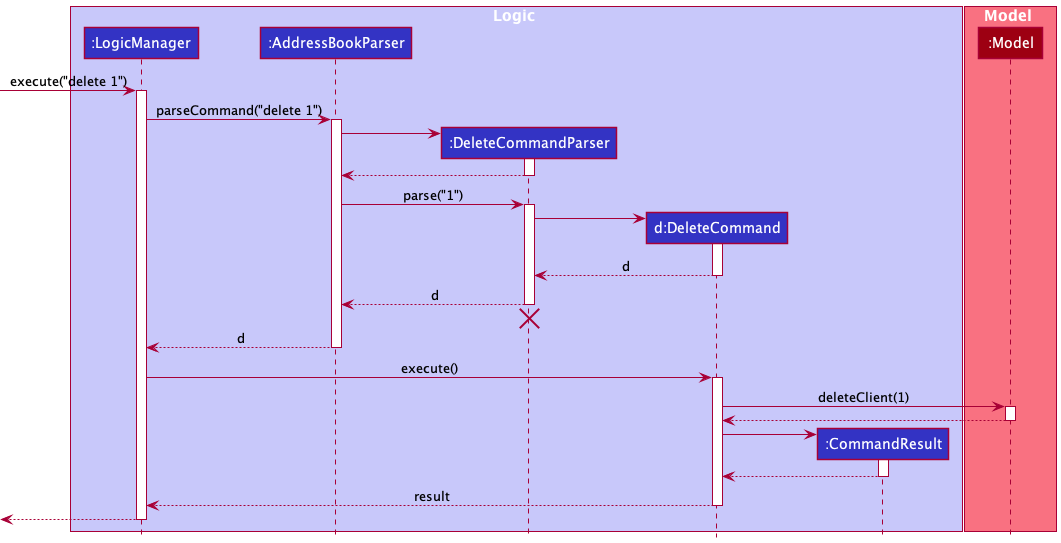
The PlantUML diagram docs/images/DeleteSequenceDiagram.png in nus-cs2103-AY2122S1/ip, before a commit. Its diagram source:
```plantuml
@startuml
!include style.puml

box Logic LOGIC_COLOR_T1
participant ":LogicManager" as LogicManager LOGIC_COLOR
participant ":AddressBookParser" as AddressBookParser LOGIC_COLOR
participant ":DeleteCommandParser" as DeleteCommandParser LOGIC_COLOR
participant "d:DeleteCommand" as DeleteCommand LOGIC_COLOR
participant ":CommandResult" as CommandResult LOGIC_COLOR
end box

box Model MODEL_COLOR_T1
participant ":Model" as Model MODEL_COLOR
end box

[-> LogicManager : execute("delete 1")
activate LogicManager

LogicManager -> AddressBookParser : parseCommand("delete 1")
activate AddressBookParser

create DeleteCommandParser
AddressBookParser -> DeleteCommandParser
activate DeleteCommandParser

DeleteCommandParser --> AddressBookParser
deactivate DeleteCommandParser

AddressBookParser -> DeleteCommandParser : parse("1")
activate DeleteCommandParser

create DeleteCommand
DeleteCommandParser -> DeleteCommand
activate DeleteCommand

DeleteCommand --> DeleteCommandParser : d
deactivate DeleteCommand

DeleteCommandParser --> AddressBookParser : d
deactivate DeleteCommandParser
DeleteCommandParser -[hidden]-> AddressBookParser
destroy DeleteCommandParser

AddressBookParser --> LogicManager : d
deactivate AddressBookParser

LogicManager -> DeleteCommand : execute()
activate DeleteCommand

DeleteCommand -> Model : deleteClient(1)
activate Model

Model --> DeleteCommand
deactivate Model

create CommandResult
DeleteCommand -> CommandResult
activate CommandResult

CommandResult --> DeleteCommand
deactivate CommandResult

DeleteCommand --> LogicManager : result
deactivate DeleteCommand

[<--LogicManager
deactivate LogicManager
@enduml
```
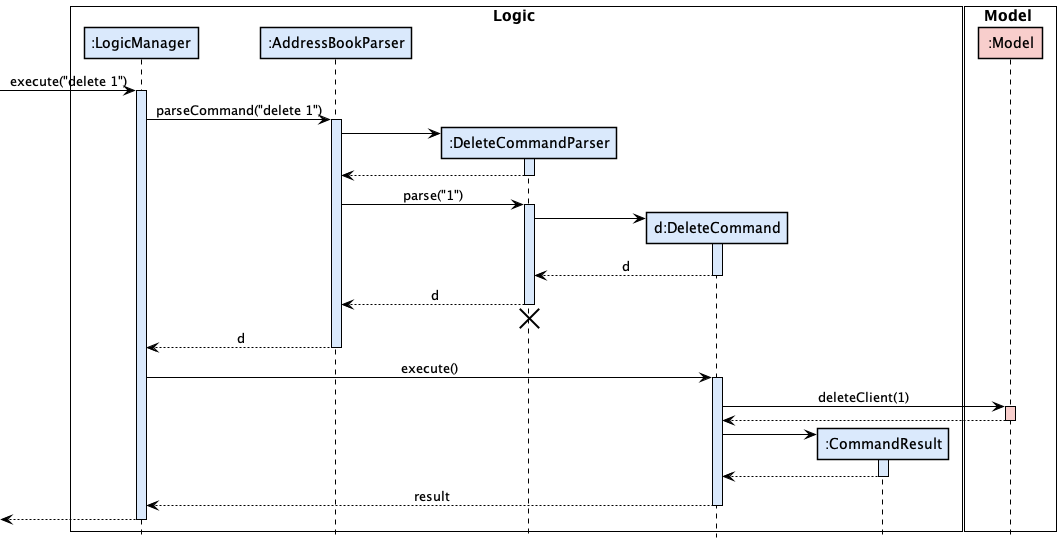
The same file after the commit.

The edit, as a diff of the source:
```diff
@@ -1,7 +1,6 @@
 @startuml
 !include style.puml
-
-box Logic LOGIC_COLOR_T1
+box Logic #FFFFFF
 participant ":LogicManager" as LogicManager LOGIC_COLOR
 participant ":AddressBookParser" as AddressBookParser LOGIC_COLOR
 participant ":DeleteCommandParser" as DeleteCommandParser LOGIC_COLOR
@@ -9,60 +8,62 @@
 participant ":CommandResult" as CommandResult LOGIC_COLOR
 end box
 
-box Model MODEL_COLOR_T1
+skinparam sequenceBoxBorderColor #black
+
+box Model #FFFFFF
 participant ":Model" as Model MODEL_COLOR
 end box
 
 [-> LogicManager : execute("delete 1")
-activate LogicManager
+activate LogicManager LOGIC_COLOR
 
 LogicManager -> AddressBookParser : parseCommand("delete 1")
-activate AddressBookParser
+activate AddressBookParser LOGIC_COLOR
 
-create DeleteCommandParser
+create DeleteCommandParser LOGIC_COLOR
 AddressBookParser -> DeleteCommandParser
-activate DeleteCommandParser
+activate DeleteCommandParser LOGIC_COLOR
 
 DeleteCommandParser --> AddressBookParser
-deactivate DeleteCommandParser
+deactivate DeleteCommandParser LOGIC_COLOR
 
 AddressBookParser -> DeleteCommandParser : parse("1")
-activate DeleteCommandParser
+activate DeleteCommandParser LOGIC_COLOR
 
-create DeleteCommand
+create DeleteCommand LOGIC_COLOR
 DeleteCommandParser -> DeleteCommand
-activate DeleteCommand
+activate DeleteCommand LOGIC_COLOR
 
 DeleteCommand --> DeleteCommandParser : d
-deactivate DeleteCommand
+deactivate DeleteCommand LOGIC_COLOR
 
 DeleteCommandParser --> AddressBookParser : d
-deactivate DeleteCommandParser
+deactivate DeleteCommandParser LOGIC_COLOR
 DeleteCommandParser -[hidden]-> AddressBookParser
-destroy DeleteCommandParser
+destroy DeleteCommandParser LOGIC_COLOR
 
 AddressBookParser --> LogicManager : d
-deactivate AddressBookParser
+deactivate AddressBookParser LOGIC_COLOR
 
 LogicManager -> DeleteCommand : execute()
-activate DeleteCommand
+activate DeleteCommand LOGIC_COLOR
 
 DeleteCommand -> Model : deleteClient(1)
-activate Model
+activate Model MODEL_COLOR
 
 Model --> DeleteCommand
-deactivate Model
+deactivate Model LOGIC_COLOR
 
-create CommandResult
+create CommandResult LOGIC_COLOR
 DeleteCommand -> CommandResult
-activate CommandResult
+activate CommandResult LOGIC_COLOR
 
 CommandResult --> DeleteCommand
-deactivate CommandResult
+deactivate CommandResult LOGIC_COLOR
 
 DeleteCommand --> LogicManager : result
-deactivate DeleteCommand
+deactivate DeleteCommand LOGIC_COLOR
 
 [<--LogicManager
-deactivate LogicManager
+deactivate LogicManager LOGIC_COLOR
 @enduml
```
